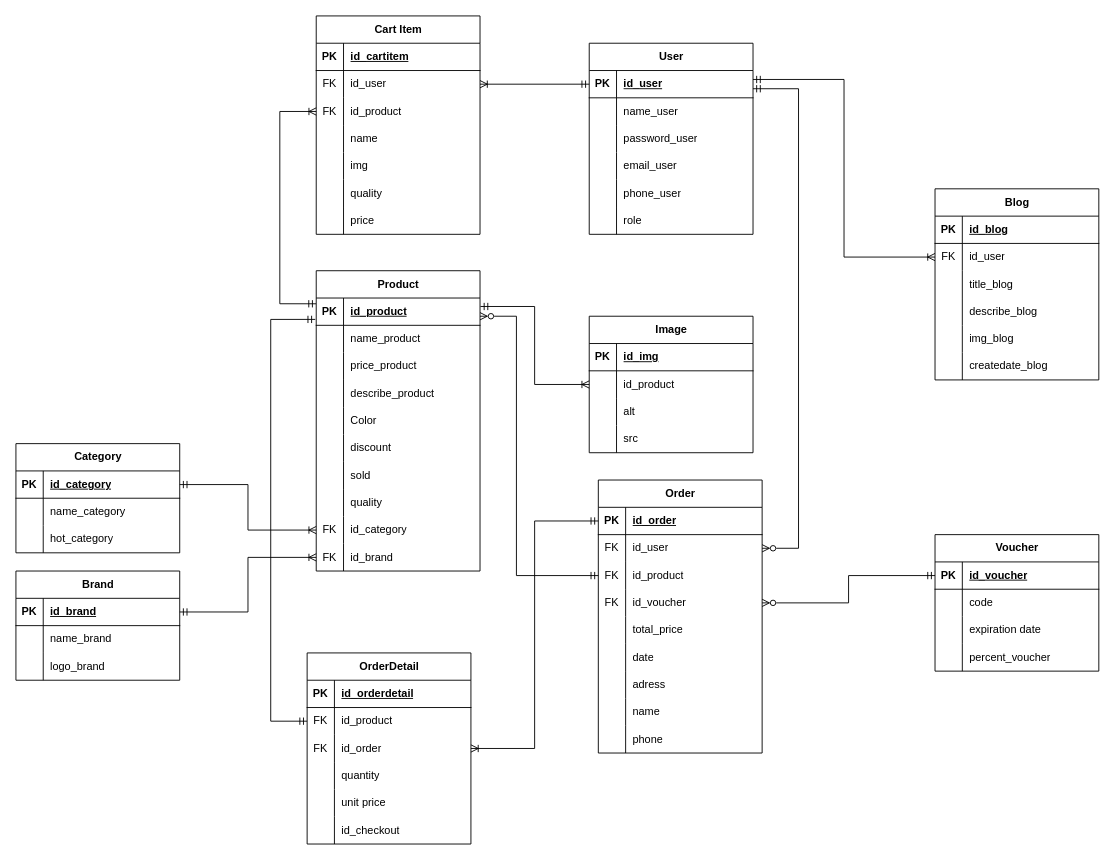
Above: VN.drawio in Blion00/Blion00 (draw.io), before the change. Source tidied: cells renumbered, new cells numbered last; positions are measured from the earlier drawing's top-left corner, leaving out a move shared by most shapes. Both pictures are drawn from the tidied source at 91%, with x=0, y=0 at pixel (15, 15).
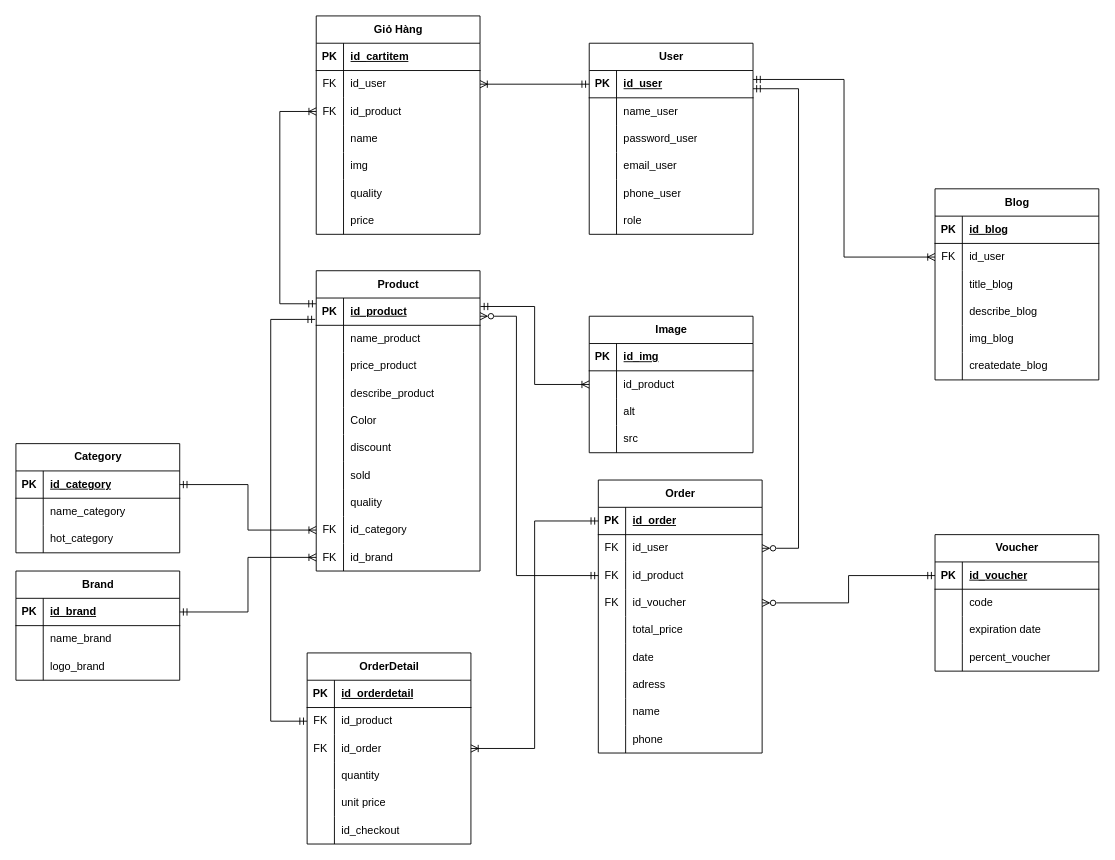
The same page after the edit.

The edit, as a diff of the source:
```diff
@@
-    <mxCell id="94" value="Cart Item" style="shape=table;startSize=30;childLayout=tableLayout;rowLines=0;fontStyle=1;align=center;html=1;" parent="1" vertex="1">
+    <mxCell id="94" value="Giỏ Hàng" style="shape=table;startSize=30;childLayout=tableLayout;rowLines=0;fontStyle=1;align=center;html=1;" parent="1" vertex="1">
       <mxGeometry x="330" width="180" height="240" as="geometry" />
     </mxCell>
```
